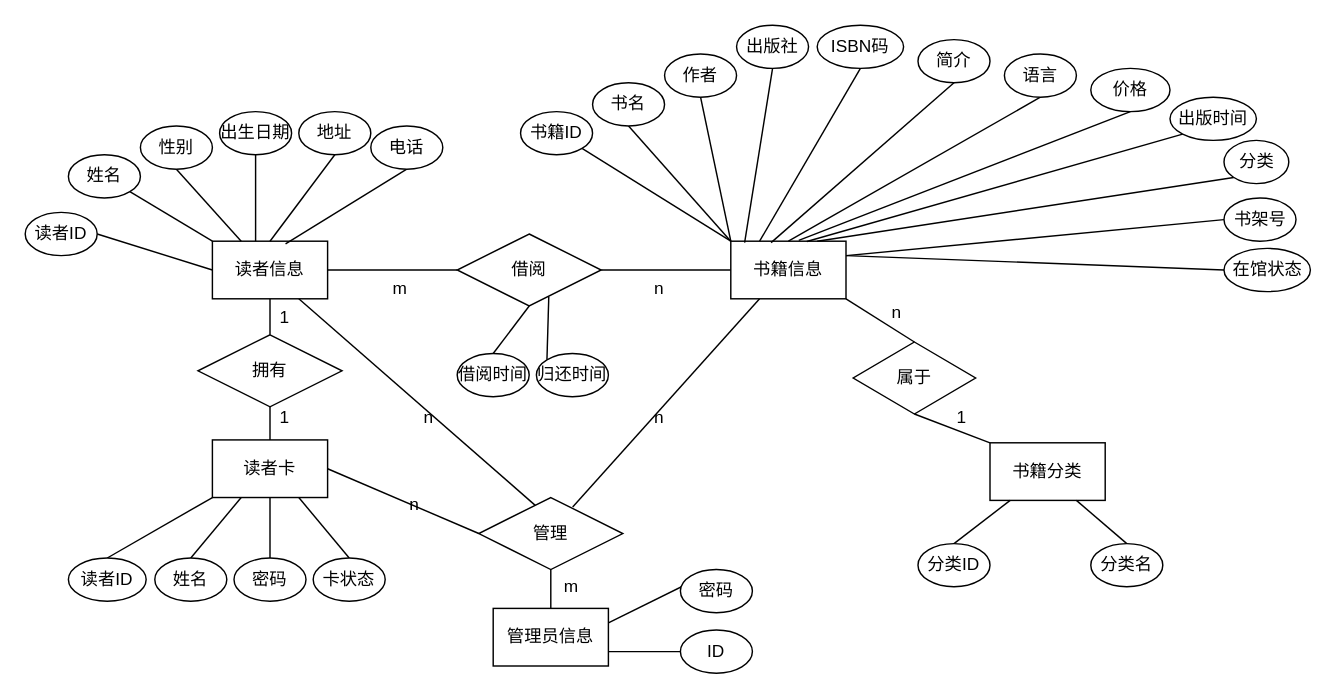
Earlier version of the draw.io diagram page "第 3 页" (3 of 3) of Diagram.drawio (YuJiang4319/Diagram). Source tidied: cells renumbered, new cells numbered last; positions are measured from the earlier drawing's top-left corner, leaving out a move shared by most shapes. Both pictures are drawn from the tidied source at 144%, with x=0, y=0 at pixel (24, 24).
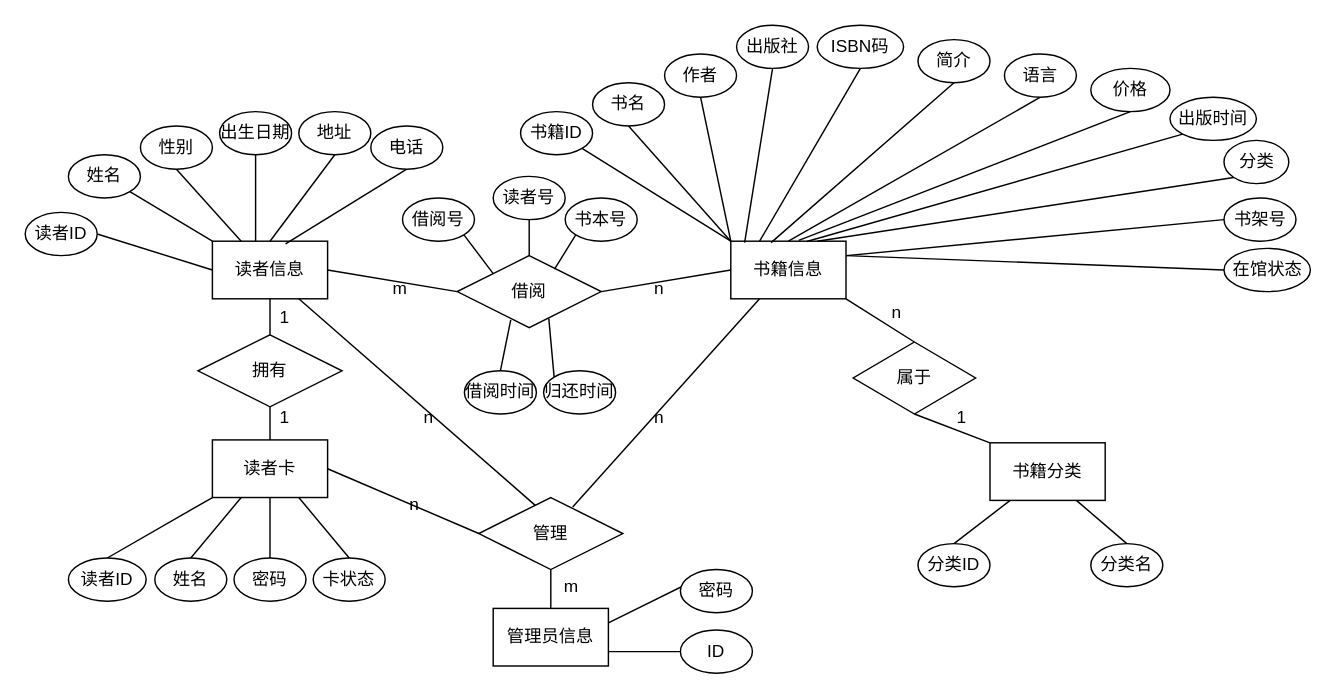
After the change.

What changed in the source:
```diff
@@
     <mxCell id="64" value="借阅" style="rhombus;whiteSpace=wrap;html=1;" parent="1" vertex="1">
-      <mxGeometry x="300" y="145" width="100" height="50" as="geometry" />
+      <mxGeometry x="300" y="160" width="100" height="50" as="geometry" />
     </mxCell>
@@
     <mxCell id="84" value="归还时间" style="ellipse;whiteSpace=wrap;html=1;" parent="1" vertex="1">
-      <mxGeometry x="355" y="228" width="50" height="30" as="geometry" />
+      <mxGeometry x="360" y="240" width="50" height="30" as="geometry" />
     </mxCell>
-    <mxCell id="85" style="rounded=0;jettySize=auto;html=1;exitX=0.5;exitY=0;exitDx=0;exitDy=0;entryX=0.5;entryY=1;entryDx=0;entryDy=0;endArrow=none;endFill=0;" parent="1" edge="1" source="86" target="64">
+    <mxCell id="85" style="rounded=0;jettySize=auto;html=1;exitX=0.5;exitY=0;exitDx=0;exitDy=0;entryX=0.372;entryY=0.892;entryDx=0;entryDy=0;endArrow=none;endFill=0;entryPerimeter=0;" parent="1" edge="1" source="86" target="64">
       <mxGeometry relative="1" as="geometry" />
     </mxCell>
     <mxCell id="86" value="借阅时间" style="ellipse;whiteSpace=wrap;html=1;" parent="1" vertex="1">
-      <mxGeometry x="300" y="228" width="50" height="30" as="geometry" />
+      <mxGeometry x="305" y="240" width="50" height="30" as="geometry" />
     </mxCell>
+    <mxCell id="87" style="rounded=0;jettySize=auto;html=1;exitX=0.5;exitY=1;exitDx=0;exitDy=0;entryX=0.5;entryY=0;entryDx=0;entryDy=0;endArrow=none;endFill=0;" parent="1" edge="1" source="88" target="64">
+      <mxGeometry relative="1" as="geometry" />
+    </mxCell>
+    <mxCell id="88" value="读者号" style="ellipse;whiteSpace=wrap;html=1;" parent="1" vertex="1">
+      <mxGeometry x="325" y="105" width="50" height="30" as="geometry" />
+    </mxCell>
+    <mxCell id="89" style="rounded=0;jettySize=auto;html=1;exitX=0;exitY=1;exitDx=0;exitDy=0;entryX=0.676;entryY=0.188;entryDx=0;entryDy=0;entryPerimeter=0;endArrow=none;endFill=0;" parent="1" edge="1" source="90" target="64">
+      <mxGeometry relative="1" as="geometry" />
+    </mxCell>
+    <mxCell id="90" value="书本号" style="ellipse;whiteSpace=wrap;html=1;" parent="1" vertex="1">
+      <mxGeometry x="375" y="120" width="50" height="30" as="geometry" />
+    </mxCell>
+    <mxCell id="91" style="rounded=0;jettySize=auto;html=1;exitX=1;exitY=1;exitDx=0;exitDy=0;entryX=0;entryY=0;entryDx=0;entryDy=0;endArrow=none;endFill=0;" parent="1" edge="1" source="92" target="64">
+      <mxGeometry relative="1" as="geometry" />
+    </mxCell>
+    <mxCell id="92" value="借阅号" style="ellipse;whiteSpace=wrap;html=1;" parent="1" vertex="1">
+      <mxGeometry x="262" y="120" width="50" height="30" as="geometry" />
+    </mxCell>
```
